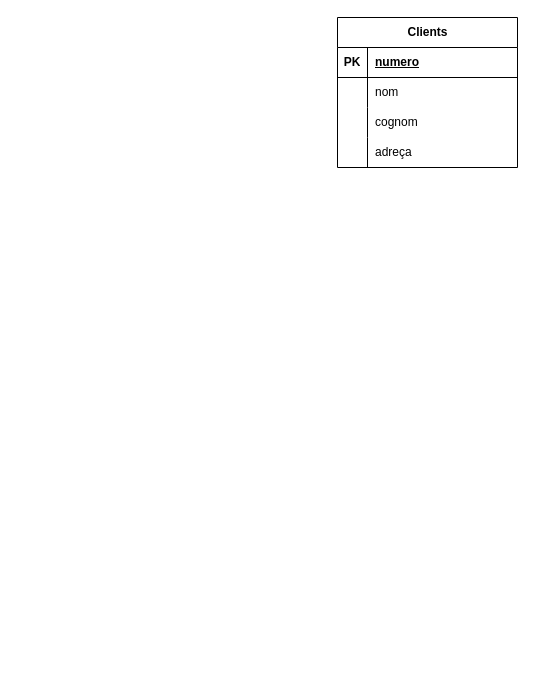
Earlier version of the draw.io diagram Examen.drawio (Jordi-debug/Hello-Git). Source tidied: cells renumbered, new cells numbered last; positions are measured from the earlier drawing's top-left corner, leaving out a move shared by most shapes. Both pictures are drawn from the tidied source at 100%, with x=0, y=0 at pixel (337, 17).
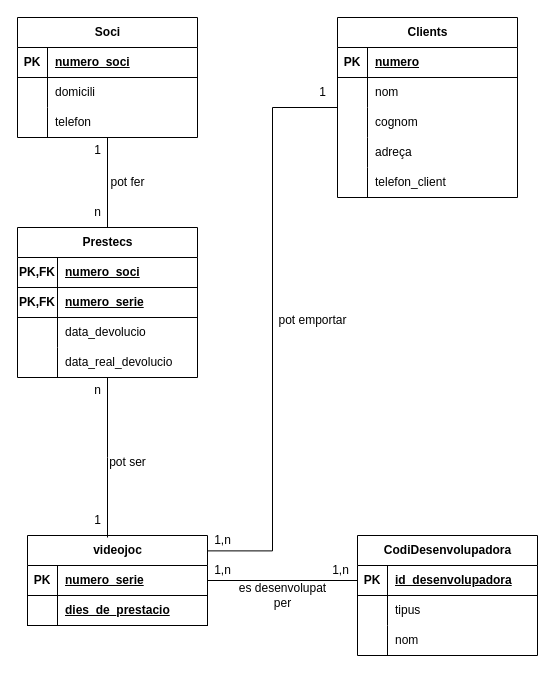
After the change.

What changed in the source:
```diff
@@
     <mxCell id="2" value="Clients" style="shape=table;startSize=30;childLayout=tableLayout;rowLines=0;fontStyle=1;align=center;html=1;" parent="1" vertex="1">
-      <mxGeometry width="180" height="150" as="geometry" />
+      <mxGeometry width="180" height="180" as="geometry" />
     </mxCell>
@@
+    <mxCell id="15" style="shape=tableRow;horizontal=0;startSize=0;swimlaneHead=0;swimlaneBody=0;fillColor=none;top=0;left=0;right=0;bottom=0;" parent="2" vertex="1">
+      <mxGeometry y="150" width="180" height="30" as="geometry" />
+    </mxCell>
+    <mxCell id="16" style="shape=partialRectangle;fillColor=none;top=0;left=0;bottom=0;right=0;overflow=hidden;whiteSpace=wrap;html=1;" parent="15" vertex="1">
+      <mxGeometry width="30" height="30" as="geometry" />
+    </mxCell>
+    <mxCell id="17" value="telefon_client" style="shape=partialRectangle;fillColor=none;top=0;left=0;bottom=0;right=0;align=left;spacingLeft=6;overflow=hidden;whiteSpace=wrap;html=1;" parent="15" vertex="1">
+      <mxGeometry x="30" width="150" height="30" as="geometry" />
+    </mxCell>
+    <mxCell id="18" value="CodiDesenvolupadora" style="shape=table;startSize=30;childLayout=tableLayout;rowLines=0;fontStyle=1;align=center;html=1;" parent="1" vertex="1">
+      <mxGeometry x="20" y="518" width="180" height="120" as="geometry" />
+    </mxCell>
+    <mxCell id="19" style="shape=tableRow;horizontal=0;startSize=0;swimlaneHead=0;swimlaneBody=0;fillColor=none;points=[[0,0.5],[1,0.5]];portConstraint=eastwest;top=0;left=0;right=0;bottom=1;" parent="18" vertex="1">
+      <mxGeometry y="30" width="180" height="30" as="geometry" />
+    </mxCell>
+    <mxCell id="20" value="PK" style="shape=partialRectangle;fillColor=none;top=0;left=0;bottom=0;right=0;fontStyle=1;overflow=hidden;whiteSpace=wrap;html=1;" parent="19" vertex="1">
+      <mxGeometry width="30" height="30" as="geometry" />
+    </mxCell>
+    <mxCell id="21" value="id_desenvolupadora" style="shape=partialRectangle;fillColor=none;top=0;left=0;bottom=0;right=0;align=left;spacingLeft=6;fontStyle=5;overflow=hidden;whiteSpace=wrap;html=1;" parent="19" vertex="1">
+      <mxGeometry x="30" width="150" height="30" as="geometry" />
+    </mxCell>
+    <mxCell id="22" style="shape=tableRow;horizontal=0;startSize=0;swimlaneHead=0;swimlaneBody=0;fillColor=none;top=0;left=0;right=0;bottom=0;" parent="18" vertex="1">
+      <mxGeometry y="60" width="180" height="30" as="geometry" />
+    </mxCell>
+    <mxCell id="23" style="shape=partialRectangle;fillColor=none;top=0;left=0;bottom=0;right=0;overflow=hidden;whiteSpace=wrap;html=1;" parent="22" vertex="1">
+      <mxGeometry width="30" height="30" as="geometry" />
+    </mxCell>
+    <mxCell id="24" value="tipus" style="shape=partialRectangle;fillColor=none;top=0;left=0;bottom=0;right=0;align=left;spacingLeft=6;overflow=hidden;whiteSpace=wrap;html=1;" parent="22" vertex="1">
+      <mxGeometry x="30" width="150" height="30" as="geometry" />
+    </mxCell>
+    <mxCell id="25" style="shape=tableRow;horizontal=0;startSize=0;swimlaneHead=0;swimlaneBody=0;fillColor=none;top=0;left=0;right=0;bottom=0;" parent="18" vertex="1">
+      <mxGeometry y="90" width="180" height="30" as="geometry" />
+    </mxCell>
+    <mxCell id="26" style="shape=partialRectangle;fillColor=none;top=0;left=0;bottom=0;right=0;overflow=hidden;whiteSpace=wrap;html=1;" parent="25" vertex="1">
+      <mxGeometry width="30" height="30" as="geometry" />
+    </mxCell>
+    <mxCell id="27" value="nom" style="shape=partialRectangle;fillColor=none;top=0;left=0;bottom=0;right=0;align=left;spacingLeft=6;overflow=hidden;whiteSpace=wrap;html=1;" parent="25" vertex="1">
+      <mxGeometry x="30" width="150" height="30" as="geometry" />
+    </mxCell>
+    <mxCell id="28" value="Prestecs" style="shape=table;startSize=30;childLayout=tableLayout;rowLines=0;fontStyle=1;align=center;html=1;" parent="1" vertex="1">
+      <mxGeometry x="-320" y="210" width="180" height="150" as="geometry" />
+    </mxCell>
+    <mxCell id="29" style="shape=tableRow;horizontal=0;startSize=0;swimlaneHead=0;swimlaneBody=0;fillColor=none;top=0;left=0;right=0;bottom=1;" parent="28" vertex="1">
+      <mxGeometry y="30" width="180" height="30" as="geometry" />
+    </mxCell>
+    <mxCell id="30" value="PK,FK" style="shape=partialRectangle;fillColor=none;top=0;left=0;bottom=0;right=0;fontStyle=1;overflow=hidden;whiteSpace=wrap;html=1;" parent="29" vertex="1">
+      <mxGeometry width="40" height="30" as="geometry" />
+    </mxCell>
+    <mxCell id="31" value="numero_soci" style="shape=partialRectangle;fillColor=none;top=0;left=0;bottom=0;right=0;align=left;spacingLeft=6;fontStyle=5;overflow=hidden;whiteSpace=wrap;html=1;" parent="29" vertex="1">
+      <mxGeometry x="40" width="140" height="30" as="geometry" />
+    </mxCell>
+    <mxCell id="32" style="shape=tableRow;horizontal=0;startSize=0;swimlaneHead=0;swimlaneBody=0;fillColor=none;top=0;left=0;right=0;bottom=1;" parent="28" vertex="1">
+      <mxGeometry y="60" width="180" height="30" as="geometry" />
+    </mxCell>
+    <mxCell id="33" value="PK,FK" style="shape=partialRectangle;fillColor=none;top=0;left=0;bottom=0;right=0;fontStyle=1;overflow=hidden;whiteSpace=wrap;html=1;" parent="32" vertex="1">
+      <mxGeometry width="40" height="30" as="geometry" />
+    </mxCell>
+    <mxCell id="34" value="numero_serie" style="shape=partialRectangle;fillColor=none;top=0;left=0;bottom=0;right=0;align=left;spacingLeft=6;fontStyle=5;overflow=hidden;whiteSpace=wrap;html=1;" parent="32" vertex="1">
+      <mxGeometry x="40" width="140" height="30" as="geometry" />
+    </mxCell>
+    <mxCell id="35" style="shape=tableRow;horizontal=0;startSize=0;swimlaneHead=0;swimlaneBody=0;fillColor=none;top=0;left=0;right=0;bottom=0;" parent="28" vertex="1">
+      <mxGeometry y="90" width="180" height="30" as="geometry" />
+    </mxCell>
+    <mxCell id="36" style="shape=partialRectangle;fillColor=none;top=0;left=0;bottom=0;right=0;overflow=hidden;whiteSpace=wrap;html=1;" parent="35" vertex="1">
+      <mxGeometry width="40" height="30" as="geometry" />
+    </mxCell>
+    <mxCell id="37" value="data_devolucio" style="shape=partialRectangle;fillColor=none;top=0;left=0;bottom=0;right=0;align=left;spacingLeft=6;overflow=hidden;whiteSpace=wrap;html=1;" parent="35" vertex="1">
+      <mxGeometry x="40" width="140" height="30" as="geometry" />
+    </mxCell>
+    <mxCell id="38" style="shape=tableRow;horizontal=0;startSize=0;swimlaneHead=0;swimlaneBody=0;fillColor=none;top=0;left=0;right=0;bottom=0;" parent="28" vertex="1">
+      <mxGeometry y="120" width="180" height="30" as="geometry" />
+    </mxCell>
+    <mxCell id="39" style="shape=partialRectangle;fillColor=none;top=0;left=0;bottom=0;right=0;overflow=hidden;whiteSpace=wrap;html=1;" parent="38" vertex="1">
+      <mxGeometry width="40" height="30" as="geometry" />
+    </mxCell>
+    <mxCell id="40" value="data_real_devolucio" style="shape=partialRectangle;fillColor=none;top=0;left=0;bottom=0;right=0;align=left;spacingLeft=6;overflow=hidden;whiteSpace=wrap;html=1;" parent="38" vertex="1">
+      <mxGeometry x="40" width="140" height="30" as="geometry" />
+    </mxCell>
+    <mxCell id="41" value="videojoc" style="shape=table;startSize=30;childLayout=tableLayout;rowLines=0;fontStyle=1;align=center;html=1;" parent="1" vertex="1">
+      <mxGeometry x="-310" y="518" width="180" height="90" as="geometry" />
+    </mxCell>
+    <mxCell id="42" style="shape=tableRow;horizontal=0;startSize=0;swimlaneHead=0;swimlaneBody=0;fillColor=none;points=[[0,0.5],[1,0.5]];portConstraint=eastwest;top=0;left=0;right=0;bottom=1;" parent="41" vertex="1">
+      <mxGeometry y="30" width="180" height="30" as="geometry" />
+    </mxCell>
+    <mxCell id="43" value="PK" style="shape=partialRectangle;fillColor=none;top=0;left=0;bottom=0;right=0;fontStyle=1;overflow=hidden;whiteSpace=wrap;html=1;" parent="42" vertex="1">
+      <mxGeometry width="30" height="30" as="geometry" />
+    </mxCell>
+    <mxCell id="44" value="numero_serie" style="shape=partialRectangle;fillColor=none;top=0;left=0;bottom=0;right=0;align=left;spacingLeft=6;fontStyle=5;overflow=hidden;whiteSpace=wrap;html=1;" parent="42" vertex="1">
+      <mxGeometry x="30" width="150" height="30" as="geometry" />
+    </mxCell>
+    <mxCell id="45" style="shape=tableRow;horizontal=0;startSize=0;swimlaneHead=0;swimlaneBody=0;fillColor=none;top=0;left=0;right=0;bottom=1;" parent="41" vertex="1">
+      <mxGeometry y="60" width="180" height="30" as="geometry" />
+    </mxCell>
+    <mxCell id="46" style="shape=partialRectangle;fillColor=none;top=0;left=0;bottom=0;right=0;fontStyle=1;overflow=hidden;whiteSpace=wrap;html=1;" parent="45" vertex="1">
+      <mxGeometry width="30" height="30" as="geometry" />
+    </mxCell>
+    <mxCell id="47" value="dies_de_prestacio" style="shape=partialRectangle;fillColor=none;top=0;left=0;bottom=0;right=0;align=left;spacingLeft=6;fontStyle=5;overflow=hidden;whiteSpace=wrap;html=1;" parent="45" vertex="1">
+      <mxGeometry x="30" width="150" height="30" as="geometry" />
+    </mxCell>
+    <mxCell id="48" style="edgeStyle=orthogonalEdgeStyle;rounded=0;jettySize=auto;html=1;entryX=0;entryY=0.5;entryDx=0;entryDy=0;endArrow=none;endFill=0;" parent="1" edge="1" source="42" target="19">
+      <mxGeometry relative="1" as="geometry" />
+    </mxCell>
+    <mxCell id="49" value="1,n" style="text;html=1;align=center;verticalAlign=middle;strokeColor=none;fillColor=none;" parent="1" vertex="1">
+      <mxGeometry x="-135" y="538" width="40" height="30" as="geometry" />
+    </mxCell>
+    <mxCell id="50" value="1,n" style="text;html=1;align=center;verticalAlign=middle;strokeColor=none;fillColor=none;" parent="1" vertex="1">
+      <mxGeometry x="-17" y="538" width="40" height="30" as="geometry" />
+    </mxCell>
+    <mxCell id="51" value="&lt;div&gt;es desenvolupat&lt;/div&gt;&lt;div&gt;per&lt;br&gt;&lt;/div&gt;" style="text;html=1;align=center;verticalAlign=middle;strokeColor=none;fillColor=none;" parent="1" vertex="1">
+      <mxGeometry x="-110" y="558" width="110" height="40" as="geometry" />
+    </mxCell>
+    <mxCell id="52" style="edgeStyle=orthogonalEdgeStyle;rounded=0;jettySize=auto;html=1;entryX=0.5;entryY=0;entryDx=0;entryDy=0;endArrow=none;endFill=0;" parent="1" edge="1" source="53" target="28">
+      <mxGeometry relative="1" as="geometry" />
+    </mxCell>
+    <mxCell id="53" value="Soci" style="shape=table;startSize=30;childLayout=tableLayout;rowLines=0;fontStyle=1;align=center;html=1;" parent="1" vertex="1">
+      <mxGeometry x="-320" width="180" height="120" as="geometry" />
+    </mxCell>
+    <mxCell id="54" style="shape=tableRow;horizontal=0;startSize=0;swimlaneHead=0;swimlaneBody=0;fillColor=none;top=0;left=0;right=0;bottom=1;" parent="53" vertex="1">
+      <mxGeometry y="30" width="180" height="30" as="geometry" />
+    </mxCell>
+    <mxCell id="55" value="PK" style="shape=partialRectangle;fillColor=none;top=0;left=0;bottom=0;right=0;fontStyle=1;overflow=hidden;whiteSpace=wrap;html=1;" parent="54" vertex="1">
+      <mxGeometry width="30" height="30" as="geometry" />
+    </mxCell>
+    <mxCell id="56" value="numero_soci" style="shape=partialRectangle;fillColor=none;top=0;left=0;bottom=0;right=0;align=left;spacingLeft=6;fontStyle=5;overflow=hidden;whiteSpace=wrap;html=1;" parent="54" vertex="1">
+      <mxGeometry x="30" width="150" height="30" as="geometry" />
+    </mxCell>
+    <mxCell id="57" style="shape=tableRow;horizontal=0;startSize=0;swimlaneHead=0;swimlaneBody=0;fillColor=none;top=0;left=0;right=0;bottom=0;" parent="53" vertex="1">
+      <mxGeometry y="60" width="180" height="30" as="geometry" />
+    </mxCell>
+    <mxCell id="58" style="shape=partialRectangle;fillColor=none;top=0;left=0;bottom=0;right=0;overflow=hidden;whiteSpace=wrap;html=1;" parent="57" vertex="1">
+      <mxGeometry width="30" height="30" as="geometry" />
+    </mxCell>
+    <mxCell id="59" value="domicili" style="shape=partialRectangle;fillColor=none;top=0;left=0;bottom=0;right=0;align=left;spacingLeft=6;overflow=hidden;whiteSpace=wrap;html=1;" parent="57" vertex="1">
+      <mxGeometry x="30" width="150" height="30" as="geometry" />
+    </mxCell>
+    <mxCell id="60" style="shape=tableRow;horizontal=0;startSize=0;swimlaneHead=0;swimlaneBody=0;fillColor=none;top=0;left=0;right=0;bottom=0;" parent="53" vertex="1">
+      <mxGeometry y="90" width="180" height="30" as="geometry" />
+    </mxCell>
+    <mxCell id="61" style="shape=partialRectangle;fillColor=none;top=0;left=0;bottom=0;right=0;overflow=hidden;whiteSpace=wrap;html=1;" parent="60" vertex="1">
+      <mxGeometry width="30" height="30" as="geometry" />
+    </mxCell>
+    <mxCell id="62" value="telefon" style="shape=partialRectangle;fillColor=none;top=0;left=0;bottom=0;right=0;align=left;spacingLeft=6;overflow=hidden;whiteSpace=wrap;html=1;" parent="60" vertex="1">
+      <mxGeometry x="30" width="150" height="30" as="geometry" />
+    </mxCell>
+    <mxCell id="63" style="edgeStyle=orthogonalEdgeStyle;rounded=0;jettySize=auto;html=1;endArrow=none;endFill=0;endSize=6;startSize=6;" parent="1" edge="1" source="28">
+      <mxGeometry relative="1" as="geometry">
+        <mxPoint x="-230" y="520" as="targetPoint" />
+      </mxGeometry>
+    </mxCell>
+    <mxCell id="64" value="1" style="text;html=1;align=center;verticalAlign=middle;strokeColor=none;fillColor=none;" parent="1" vertex="1">
+      <mxGeometry x="-255" y="118" width="30" height="30" as="geometry" />
+    </mxCell>
+    <mxCell id="65" value="n" style="text;html=1;align=center;verticalAlign=middle;strokeColor=none;fillColor=none;" parent="1" vertex="1">
+      <mxGeometry x="-255" y="180" width="30" height="30" as="geometry" />
+    </mxCell>
+    <mxCell id="66" value="pot fer" style="text;html=1;align=center;verticalAlign=middle;strokeColor=none;fillColor=none;" parent="1" vertex="1">
+      <mxGeometry x="-240" y="150" width="60" height="30" as="geometry" />
+    </mxCell>
+    <mxCell id="67" value="n" style="text;html=1;align=center;verticalAlign=middle;strokeColor=none;fillColor=none;" parent="1" vertex="1">
+      <mxGeometry x="-255" y="358" width="30" height="30" as="geometry" />
+    </mxCell>
+    <mxCell id="68" value="1" style="text;html=1;align=center;verticalAlign=middle;strokeColor=none;fillColor=none;" parent="1" vertex="1">
+      <mxGeometry x="-255" y="488" width="30" height="30" as="geometry" />
+    </mxCell>
+    <mxCell id="69" value="pot ser" style="text;html=1;align=center;verticalAlign=middle;strokeColor=none;fillColor=none;" parent="1" vertex="1">
+      <mxGeometry x="-240" y="430" width="60" height="30" as="geometry" />
+    </mxCell>
+    <mxCell id="70" style="edgeStyle=orthogonalEdgeStyle;rounded=0;jettySize=auto;html=1;entryX=0.999;entryY=0.171;entryDx=0;entryDy=0;entryPerimeter=0;endArrow=none;endFill=0;" parent="1" edge="1" source="2" target="41">
+      <mxGeometry relative="1" as="geometry" />
+    </mxCell>
+    <mxCell id="71" value="1" style="text;html=1;align=center;verticalAlign=middle;strokeColor=none;fillColor=none;" parent="1" vertex="1">
+      <mxGeometry x="-30" y="60" width="30" height="30" as="geometry" />
+    </mxCell>
+    <mxCell id="72" value="1,n" style="text;html=1;align=center;verticalAlign=middle;strokeColor=none;fillColor=none;" parent="1" vertex="1">
+      <mxGeometry x="-135" y="508" width="40" height="30" as="geometry" />
+    </mxCell>
+    <mxCell id="73" value="pot emportar" style="text;html=1;align=center;verticalAlign=middle;strokeColor=none;fillColor=none;" parent="1" vertex="1">
+      <mxGeometry x="-70" y="288" width="90" height="30" as="geometry" />
+    </mxCell>
```
